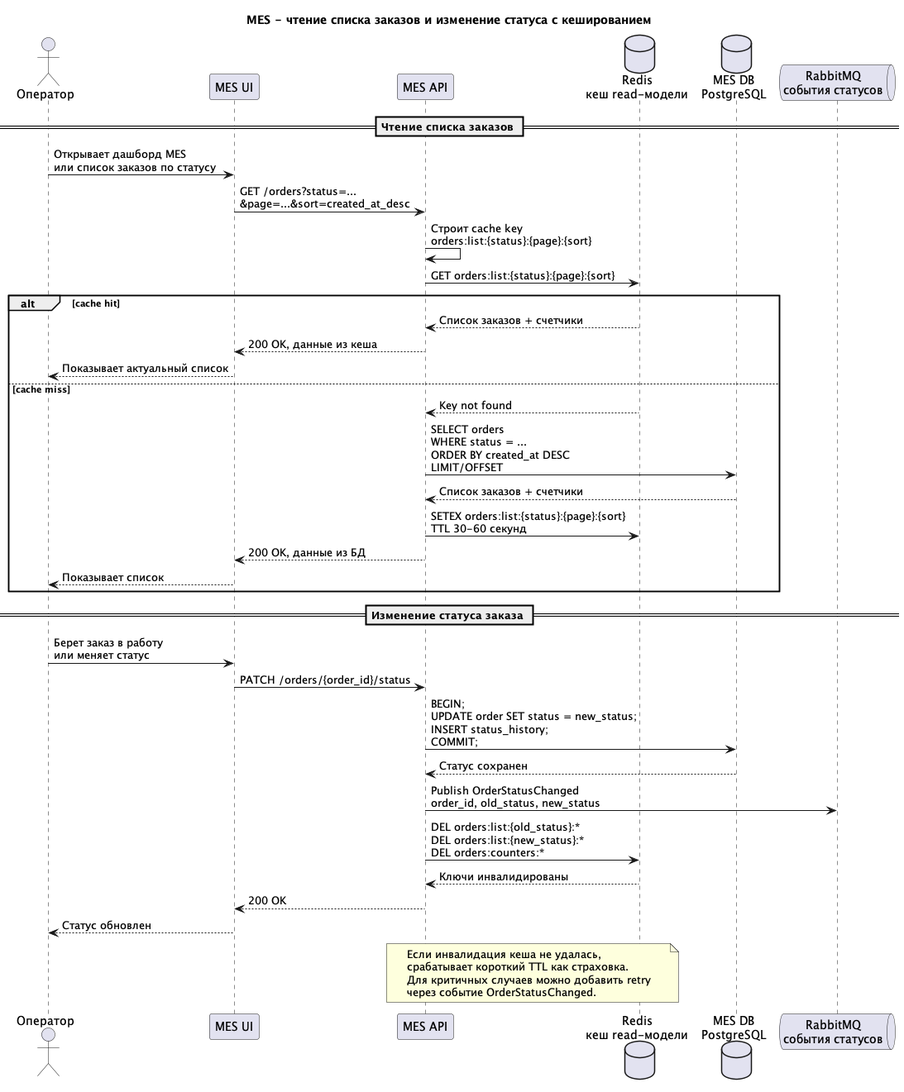
Before: Task5/mes_orders_cache_sequence.png, a diagram exported from PlantUML (Meeluck/architecture-alexandrite).
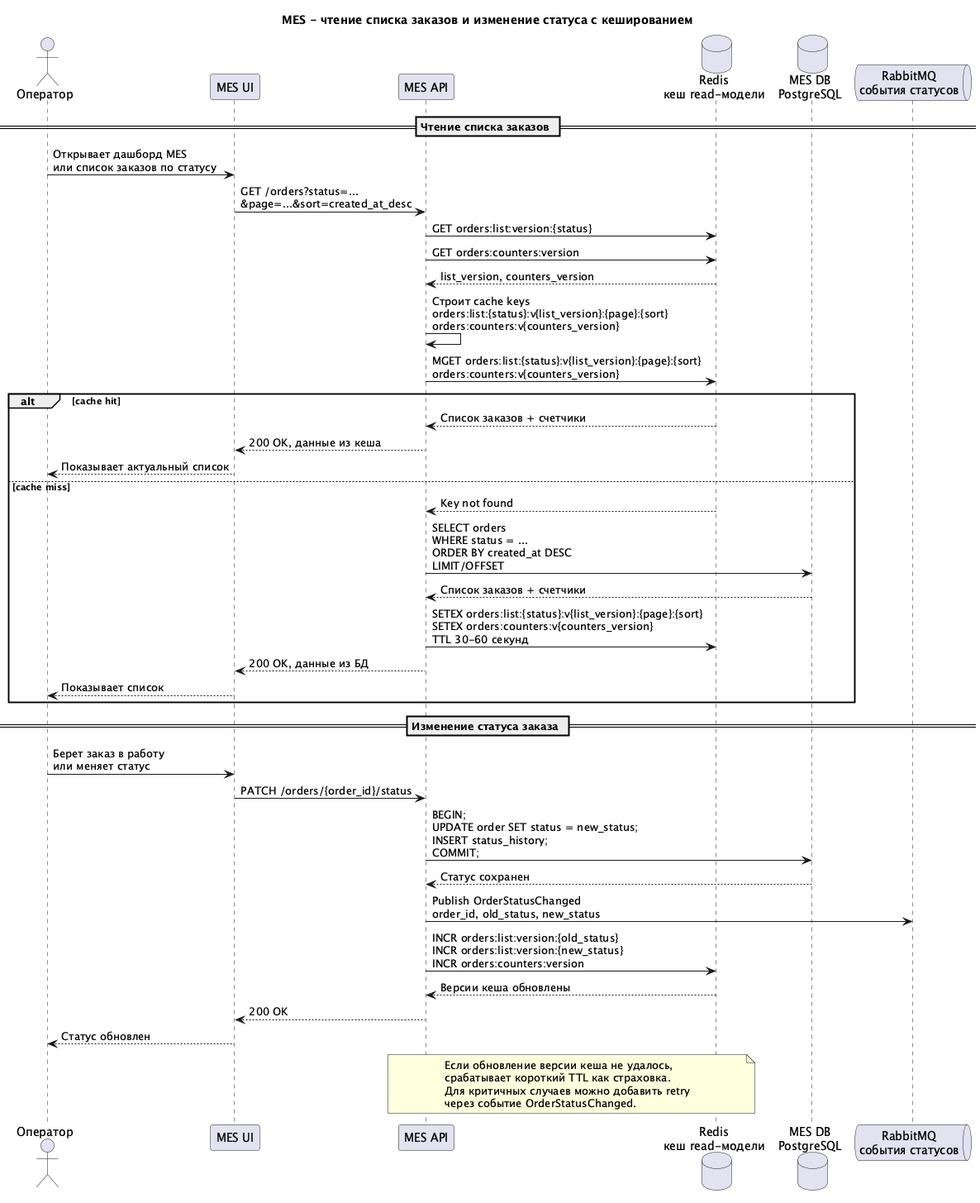
Above is the later version.

The edit, as a diff of the source:
```diff
@@ -12,8 +12,11 @@
 
 Operator -> UI: Открывает дашборд MES\nили список заказов по статусу
 UI -> API: GET /orders?status=...\n&page=...&sort=created_at_desc
-API -> API: Строит cache key\norders:list:{status}:{page}:{sort}
-API -> Cache: GET orders:list:{status}:{page}:{sort}
+API -> Cache: GET orders:list:version:{status}
+API -> Cache: GET orders:counters:version
+Cache --> API: list_version, counters_version
+API -> API: Строит cache keys\norders:list:{status}:v{list_version}:{page}:{sort}\norders:counters:v{counters_version}
+API -> Cache: MGET orders:list:{status}:v{list_version}:{page}:{sort}\norders:counters:v{counters_version}
 
 alt cache hit
   Cache --> API: Список заказов + счетчики
@@ -23,7 +26,7 @@
   Cache --> API: Key not found
   API -> DB: SELECT orders\nWHERE status = ...\nORDER BY created_at DESC\nLIMIT/OFFSET
   DB --> API: Список заказов + счетчики
-  API -> Cache: SETEX orders:list:{status}:{page}:{sort}\nTTL 30-60 секунд
+  API -> Cache: SETEX orders:list:{status}:v{list_version}:{page}:{sort}\nSETEX orders:counters:v{counters_version}\nTTL 30-60 секунд
   API --> UI: 200 OK, данные из БД
   UI --> Operator: Показывает список
 end
@@ -35,13 +38,13 @@
 API -> DB: BEGIN;\nUPDATE order SET status = new_status;\nINSERT status_history;\nCOMMIT;
 DB --> API: Статус сохранен
 API -> MQ: Publish OrderStatusChanged\norder_id, old_status, new_status
-API -> Cache: DEL orders:list:{old_status}:*\nDEL orders:list:{new_status}:*\nDEL orders:counters:*
-Cache --> API: Ключи инвалидированы
+API -> Cache: INCR orders:list:version:{old_status}\nINCR orders:list:version:{new_status}\nINCR orders:counters:version
+Cache --> API: Версии кеша обновлены
 API --> UI: 200 OK
 UI --> Operator: Статус обновлен
 
 note over API, Cache
-Если инвалидация кеша не удалась,
+Если обновление версии кеша не удалось,
 срабатывает короткий TTL как страховка.
 Для критичных случаев можно добавить retry
 через событие OrderStatusChanged.
```
